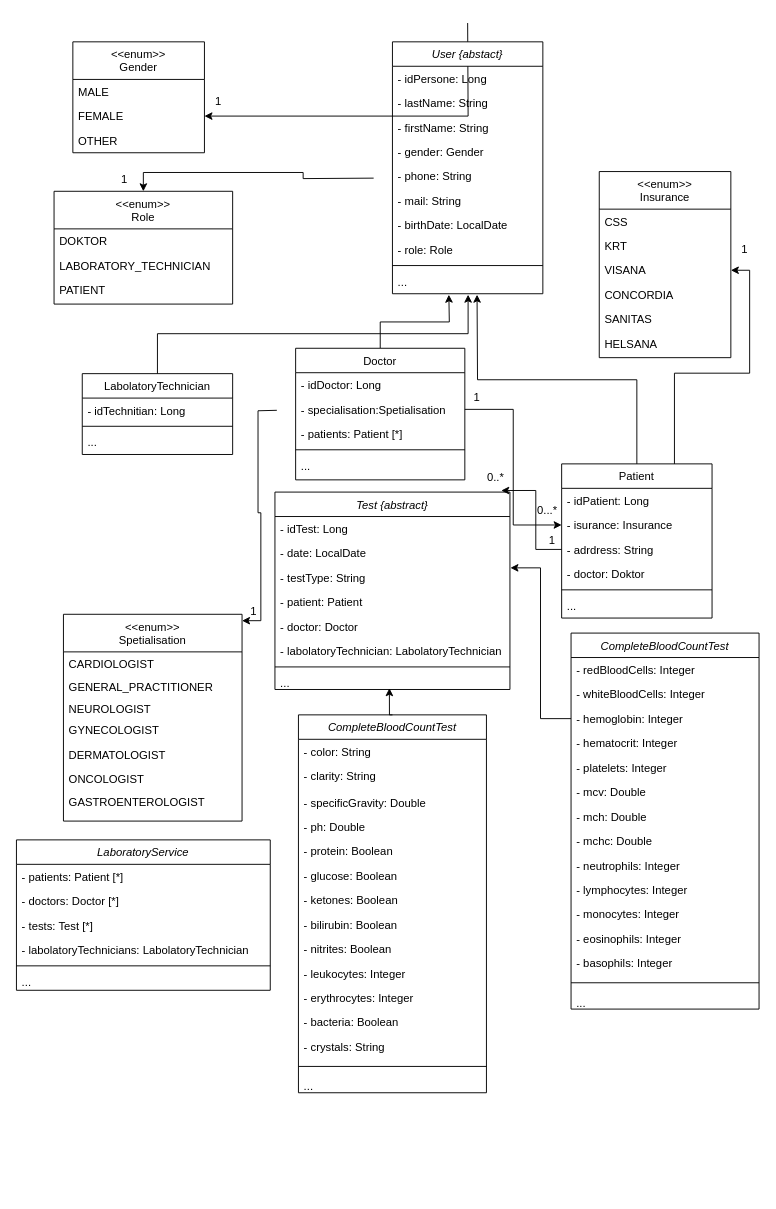
This is Unbenanntes Diagramm.drawio from Oksana-maker/AndroidMy, a draw.io file, before an edit. Source tidied: cells renumbered, new cells numbered last; positions are measured from the earlier drawing's top-left corner, leaving out a move shared by most shapes. Both pictures are drawn from the tidied source at 94%, with x=0, y=0 at pixel (16, 23).
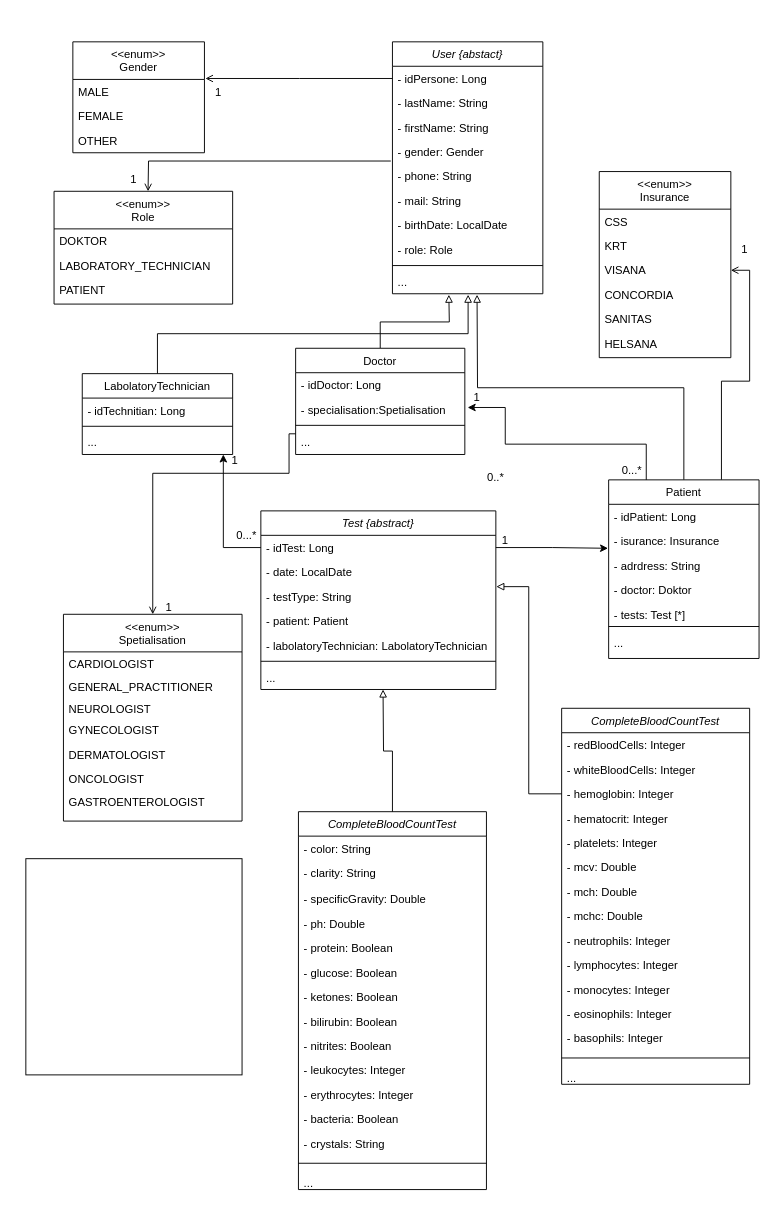
After the change.

The change refers to these unchanged cells:
```xml
<mxCell id="4" value="- idPersone: Long" style="text;align=left;verticalAlign=top;spacingLeft=4;spacingRight=4;overflow=hidden;points=[[0,0.5],[1,0.5]];portConstraint=eastwest;rounded=0;shadow=0;html=0;" parent="3" vertex="1">
  <mxGeometry y="26" width="160" height="26" as="geometry" />
</mxCell>
<mxCell id="7" value="- gender: Gender" style="text;align=left;verticalAlign=top;spacingLeft=4;spacingRight=4;overflow=hidden;points=[[0,0.5],[1,0.5]];portConstraint=eastwest;" parent="3" vertex="1">
  <mxGeometry y="104" width="160" height="26" as="geometry" />
</mxCell>
<mxCell id="13" value="..." style="text;align=left;verticalAlign=top;spacingLeft=4;spacingRight=4;overflow=hidden;points=[[0,0.5],[1,0.5]];portConstraint=eastwest;" parent="3" vertex="1">
  <mxGeometry y="242" width="160" height="26" as="geometry" />
</mxCell>
<mxCell id="16" value="FEMALE" style="text;align=left;verticalAlign=top;spacingLeft=4;spacingRight=4;overflow=hidden;points=[[0,0.5],[1,0.5]];portConstraint=eastwest;" parent="14" vertex="1">
  <mxGeometry y="66" width="140" height="26" as="geometry" />
</mxCell>
<mxCell id="18" value="LabolatoryTechnician" style="swimlane;fontStyle=0;align=center;verticalAlign=top;horizontal=1;startSize=26;rounded=0;shadow=0;strokeWidth=1;" parent="1" vertex="1">
  <mxGeometry x="70" y="373" width="160" height="86" as="geometry" />
</mxCell>
<mxCell id="21" value="..." style="text;align=left;verticalAlign=top;spacingLeft=4;spacingRight=4;overflow=hidden;points=[[0,0.5],[1,0.5]];portConstraint=eastwest;" parent="18" vertex="1">
  <mxGeometry y="60" width="160" height="26" as="geometry" />
</mxCell>
<mxCell id="29" value="- isurance: Insurance" style="text;align=left;verticalAlign=top;spacingLeft=4;spacingRight=4;overflow=hidden;points=[[0,0.5],[1,0.5]];portConstraint=eastwest;rounded=0;shadow=0;html=0;" parent="27" vertex="1">
  <mxGeometry y="52" width="160" height="26" as="geometry" />
</mxCell>
<mxCell id="30" value="- adrdress: String" style="text;align=left;verticalAlign=top;spacingLeft=4;spacingRight=4;overflow=hidden;points=[[0,0.5],[1,0.5]];portConstraint=eastwest;" parent="27" vertex="1">
  <mxGeometry y="78" width="160" height="26" as="geometry" />
</mxCell>
<mxCell id="37" value="VISANA" style="text;align=left;verticalAlign=top;spacingLeft=4;spacingRight=4;overflow=hidden;points=[[0,0.5],[1,0.5]];portConstraint=eastwest;" parent="34" vertex="1">
  <mxGeometry y="92" width="140" height="26" as="geometry" />
</mxCell>
<mxCell id="44" value="- specialisation:Spetialisation" style="text;align=left;verticalAlign=top;spacingLeft=4;spacingRight=4;overflow=hidden;points=[[0,0.5],[1,0.5]];portConstraint=eastwest;rounded=0;shadow=0;html=0;" parent="42" vertex="1">
  <mxGeometry y="52" width="180" height="26" as="geometry" />
</mxCell>
<mxCell id="48" value="&lt;&lt;enum&gt;&gt;&#10;Role" style="swimlane;fontStyle=0;align=center;verticalAlign=top;horizontal=1;startSize=40;rounded=0;shadow=0;strokeWidth=1;" parent="1" vertex="1">
  <mxGeometry x="40" y="179" width="190" height="120" as="geometry" />
</mxCell>
<mxCell id="52" value="&lt;&lt;enum&gt;&gt;&#10;Spetialisation" style="swimlane;fontStyle=0;align=center;verticalAlign=top;horizontal=1;startSize=40;rounded=0;shadow=0;strokeWidth=1;" parent="1" vertex="1">
  <mxGeometry x="50" y="629" width="190" height="220" as="geometry" />
</mxCell>
<mxCell id="62" value="- idTest: Long" style="text;align=left;verticalAlign=top;spacingLeft=4;spacingRight=4;overflow=hidden;points=[[0,0.5],[1,0.5]];portConstraint=eastwest;rounded=0;shadow=0;html=0;" parent="61" vertex="1">
  <mxGeometry y="26" width="250" height="26" as="geometry" />
</mxCell>
<mxCell id="64" value="- testType: String" style="text;align=left;verticalAlign=top;spacingLeft=4;spacingRight=4;overflow=hidden;points=[[0,0.5],[1,0.5]];portConstraint=eastwest;rounded=0;shadow=0;html=0;" parent="61" vertex="1">
  <mxGeometry y="78" width="250" height="26" as="geometry" />
</mxCell>
<mxCell id="73" value="- hemoglobin: Integer" style="text;align=left;verticalAlign=top;spacingLeft=4;spacingRight=4;overflow=hidden;points=[[0,0.5],[1,0.5]];portConstraint=eastwest;rounded=0;shadow=0;html=0;" parent="70" vertex="1">
  <mxGeometry y="78" width="200" height="26" as="geometry" />
</mxCell>
<mxCell id="92" value="1" style="text;html=1;align=center;verticalAlign=middle;whiteSpace=wrap;rounded=0;" parent="1" vertex="1">
  <mxGeometry x="480" y="389" width="20" height="20" as="geometry" />
</mxCell>
```

Diff of the diagram source:
```diff
@@
-    <mxCell id="2" style="edgeStyle=orthogonalEdgeStyle;rounded=0;jettySize=auto;html=1;exitX=0.5;exitY=0;exitDx=0;exitDy=0;entryX=1;entryY=0.5;entryDx=0;entryDy=0;" parent="1" edge="1" target="16">
-      <mxGeometry relative="1" as="geometry">
-        <mxPoint x="480" as="sourcePoint" />
-      </mxGeometry>
-    </mxCell>
@@
     <mxCell id="22" value="1" style="text;html=1;align=center;verticalAlign=middle;whiteSpace=wrap;rounded=0;" parent="1" vertex="1">
-      <mxGeometry x="100" y="158" width="30" height="17" as="geometry" />
+      <mxGeometry x="110" y="158" width="30" height="17" as="geometry" />
     </mxCell>
     <mxCell id="23" value="1" style="text;html=1;align=center;verticalAlign=middle;whiteSpace=wrap;rounded=0;" parent="1" vertex="1">
-      <mxGeometry x="200" y="69" width="30" height="30" as="geometry" />
+      <mxGeometry x="200" y="59" width="30" height="30" as="geometry" />
     </mxCell>
-    <mxCell id="24" style="edgeStyle=orthogonalEdgeStyle;rounded=0;jettySize=auto;html=1;exitX=0.5;exitY=0;exitDx=0;exitDy=0;entryX=0.503;entryY=1.038;entryDx=0;entryDy=0;entryPerimeter=0;" parent="1" edge="1" source="18" target="13">
+    <mxCell id="24" style="edgeStyle=orthogonalEdgeStyle;rounded=0;jettySize=auto;html=1;exitX=0.5;exitY=0;exitDx=0;exitDy=0;entryX=0.503;entryY=1.038;entryDx=0;entryDy=0;entryPerimeter=0;endArrow=block;endFill=0;" parent="1" edge="1" source="18" target="13">
       <mxGeometry relative="1" as="geometry" />
     </mxCell>
-    <mxCell id="25" style="edgeStyle=orthogonalEdgeStyle;rounded=0;jettySize=auto;html=1;exitX=0.5;exitY=0;exitDx=0;exitDy=0;" parent="1" edge="1" source="27">
+    <mxCell id="25" style="edgeStyle=orthogonalEdgeStyle;rounded=0;jettySize=auto;html=1;exitX=0.5;exitY=0;exitDx=0;exitDy=0;endArrow=block;endFill=0;" parent="1" edge="1" source="27">
       <mxGeometry relative="1" as="geometry">
         <mxPoint x="490" y="289" as="targetPoint" />
       </mxGeometry>
     </mxCell>
-    <mxCell id="26" style="edgeStyle=orthogonalEdgeStyle;rounded=0;jettySize=auto;html=1;exitX=0.75;exitY=0;exitDx=0;exitDy=0;entryX=1;entryY=0.5;entryDx=0;entryDy=0;" parent="1" edge="1" source="27" target="37">
+    <mxCell id="26" style="edgeStyle=orthogonalEdgeStyle;rounded=0;jettySize=auto;html=1;exitX=0.75;exitY=0;exitDx=0;exitDy=0;entryX=1;entryY=0.5;entryDx=0;entryDy=0;endArrow=open;endFill=0;" parent="1" edge="1" source="27" target="37">
       <mxGeometry relative="1" as="geometry" />
     </mxCell>
     <mxCell id="27" value="Patient" style="swimlane;fontStyle=0;align=center;verticalAlign=top;horizontal=1;startSize=26;rounded=0;shadow=0;strokeWidth=1;" parent="1" vertex="1">
-      <mxGeometry x="580" y="469" width="160" height="164" as="geometry" />
+      <mxGeometry x="630" y="486" width="160" height="190" as="geometry" />
     </mxCell>
@@
+    <mxCell id="33" value="- tests: Test [*]" style="text;align=left;verticalAlign=top;spacingLeft=4;spacingRight=4;overflow=hidden;" parent="27" vertex="1">
+      <mxGeometry y="130" width="160" height="22" as="geometry" />
+    </mxCell>
     <mxCell id="32" style="line;html=1;strokeWidth=1;align=left;verticalAlign=middle;spacingTop=-1;spacingLeft=3;spacingRight=3;labelPosition=right;" parent="27" vertex="1">
-      <mxGeometry y="130" width="160" height="8" as="geometry" />
+      <mxGeometry y="152" width="160" height="8" as="geometry" />
     </mxCell>
-    <mxCell id="33" value="..." style="text;align=left;verticalAlign=top;spacingLeft=4;spacingRight=4;overflow=hidden;" parent="27" vertex="1">
-      <mxGeometry y="138" width="160" height="22" as="geometry" />
-    </mxCell>
+    <mxCell id="119" value="..." style="text;align=left;verticalAlign=top;spacingLeft=4;spacingRight=4;overflow=hidden;" parent="27" vertex="1">
+      <mxGeometry y="160" width="160" height="22" as="geometry" />
+    </mxCell>
@@
-    <mxCell id="41" style="edgeStyle=orthogonalEdgeStyle;rounded=0;jettySize=auto;html=1;exitX=0.5;exitY=0;exitDx=0;exitDy=0;" parent="1" edge="1" source="42">
+    <mxCell id="41" style="edgeStyle=orthogonalEdgeStyle;rounded=0;jettySize=auto;html=1;exitX=0.5;exitY=0;exitDx=0;exitDy=0;endArrow=block;endFill=0;" parent="1" edge="1" source="42">
       <mxGeometry relative="1" as="geometry">
         <mxPoint x="460" y="289" as="targetPoint" />
       </mxGeometry>
     </mxCell>
     <mxCell id="42" value="Doctor" style="swimlane;fontStyle=0;align=center;verticalAlign=top;horizontal=1;startSize=26;rounded=0;shadow=0;strokeWidth=1;" parent="1" vertex="1">
-      <mxGeometry x="297" y="346" width="180" height="140" as="geometry" />
+      <mxGeometry x="297" y="346" width="180" height="113" as="geometry" />
     </mxCell>
@@
-    <mxCell id="45" value="- patients: Patient [*]" style="text;align=left;verticalAlign=top;spacingLeft=4;spacingRight=4;overflow=hidden;" parent="42" vertex="1">
-      <mxGeometry y="78" width="180" height="26" as="geometry" />
-    </mxCell>
     <mxCell id="46" style="line;html=1;strokeWidth=1;align=left;verticalAlign=middle;spacingTop=-1;spacingLeft=3;spacingRight=3;labelPosition=right;" parent="42" vertex="1">
-      <mxGeometry y="104" width="180" height="8" as="geometry" />
+      <mxGeometry y="78" width="180" height="8" as="geometry" />
     </mxCell>
     <mxCell id="47" value="..." style="text;align=left;verticalAlign=top;spacingLeft=4;spacingRight=4;overflow=hidden;" parent="42" vertex="1">
-      <mxGeometry y="112" width="180" height="26" as="geometry" />
+      <mxGeometry y="86" width="180" height="26" as="geometry" />
     </mxCell>
@@
-    <mxCell id="60" style="edgeStyle=orthogonalEdgeStyle;rounded=0;jettySize=auto;html=1;exitX=0;exitY=0.5;exitDx=0;exitDy=0;entryX=1;entryY=0.031;entryDx=0;entryDy=0;entryPerimeter=0;" parent="1" edge="1" target="52">
-      <mxGeometry relative="1" as="geometry">
-        <mxPoint x="277" y="412" as="sourcePoint" />
-      </mxGeometry>
-    </mxCell>
     <mxCell id="61" value="Test {abstract}" style="swimlane;fontStyle=2;align=center;verticalAlign=top;horizontal=1;startSize=26;rounded=0;shadow=0;strokeWidth=1;strokeColor=#000000;" parent="1" vertex="1">
-      <mxGeometry x="275" y="499" width="250" height="210" as="geometry" />
+      <mxGeometry x="260" y="519" width="250" height="190" as="geometry" />
     </mxCell>
@@
-    <mxCell id="66" value="- doctor: Doctor" style="text;align=left;verticalAlign=top;spacingLeft=4;spacingRight=4;overflow=hidden;" parent="61" vertex="1">
-      <mxGeometry y="130" width="250" height="26" as="geometry" />
-    </mxCell>
     <mxCell id="67" value="- labolatoryTechnician: LabolatoryTechnician" style="text;align=left;verticalAlign=top;spacingLeft=4;spacingRight=4;overflow=hidden;" parent="61" vertex="1">
-      <mxGeometry y="156" width="250" height="26" as="geometry" />
+      <mxGeometry y="130" width="250" height="26" as="geometry" />
     </mxCell>
     <mxCell id="68" style="line;html=1;strokeWidth=1;align=left;verticalAlign=middle;spacingTop=-1;spacingLeft=3;spacingRight=3;labelPosition=right;" parent="61" vertex="1">
-      <mxGeometry y="182" width="250" height="8" as="geometry" />
+      <mxGeometry y="156" width="250" height="8" as="geometry" />
     </mxCell>
     <mxCell id="69" value="..." style="text;align=left;verticalAlign=top;spacingLeft=4;spacingRight=4;overflow=hidden;points=[[0,0.5],[1,0.5]];portConstraint=eastwest;" parent="61" vertex="1">
-      <mxGeometry y="190" width="250" height="20" as="geometry" />
+      <mxGeometry y="164" width="250" height="20" as="geometry" />
     </mxCell>
     <mxCell id="70" value="CompleteBloodCountTest" style="swimlane;fontStyle=2;align=center;verticalAlign=top;horizontal=1;startSize=26;rounded=0;shadow=0;strokeWidth=1;strokeColor=#000000;" parent="1" vertex="1">
-      <mxGeometry x="590" y="649" width="200" height="400" as="geometry" />
+      <mxGeometry x="580" y="729" width="200" height="400" as="geometry" />
     </mxCell>
@@
-    <mxCell id="86" style="edgeStyle=orthogonalEdgeStyle;rounded=0;jettySize=auto;html=1;exitX=0;exitY=0.5;exitDx=0;exitDy=0;entryX=0.963;entryY=-0.008;entryDx=0;entryDy=0;entryPerimeter=0;" parent="1" edge="1" source="30" target="61">
-      <mxGeometry relative="1" as="geometry" />
-    </mxCell>
     <mxCell id="87" value="1" style="text;html=1;align=center;verticalAlign=middle;whiteSpace=wrap;rounded=0;" parent="1" vertex="1">
-      <mxGeometry x="240" y="619" width="25" height="14" as="geometry" />
+      <mxGeometry x="150" y="615" width="25" height="14" as="geometry" />
     </mxCell>
     <mxCell id="88" value="1" style="text;html=1;align=center;verticalAlign=middle;whiteSpace=wrap;rounded=0;" parent="1" vertex="1">
-      <mxGeometry x="560" y="542.5" width="20" height="17" as="geometry" />
+      <mxGeometry x="510" y="542.5" width="20" height="17" as="geometry" />
     </mxCell>
@@
-    <mxCell id="91" style="edgeStyle=orthogonalEdgeStyle;rounded=0;jettySize=auto;html=1;exitX=1;exitY=0.5;exitDx=0;exitDy=0;entryX=0;entryY=0.5;entryDx=0;entryDy=0;" parent="1" edge="1" source="44" target="29">
-      <mxGeometry relative="1" as="geometry" />
-    </mxCell>
@@
     <mxCell id="93" value="0...*" style="text;html=1;align=center;verticalAlign=middle;whiteSpace=wrap;rounded=0;" parent="1" vertex="1">
-      <mxGeometry x="550" y="509" width="30" height="20" as="geometry" />
+      <mxGeometry x="640" y="466" width="30" height="20" as="geometry" />
     </mxCell>
-    <mxCell id="94" style="edgeStyle=orthogonalEdgeStyle;rounded=0;jettySize=auto;html=1;exitX=0;exitY=0.5;exitDx=0;exitDy=0;entryX=1.002;entryY=0.1;entryDx=0;entryDy=0;entryPerimeter=0;" parent="1" edge="1" source="73" target="64">
+    <mxCell id="94" style="edgeStyle=orthogonalEdgeStyle;rounded=0;jettySize=auto;html=1;exitX=0;exitY=0.5;exitDx=0;exitDy=0;entryX=1.002;entryY=0.1;entryDx=0;entryDy=0;entryPerimeter=0;endArrow=block;endFill=0;" parent="1" edge="1" source="73" target="64">
       <mxGeometry relative="1" as="geometry" />
     </mxCell>
     <mxCell id="95" value="CompleteBloodCountTest" style="swimlane;fontStyle=2;align=center;verticalAlign=top;horizontal=1;startSize=26;rounded=0;shadow=0;strokeWidth=1;strokeColor=#000000;" parent="1" vertex="1">
-      <mxGeometry x="300" y="736" width="200" height="402" as="geometry" />
+      <mxGeometry x="300" y="839" width="200" height="402" as="geometry" />
     </mxCell>
@@
-    <mxCell id="111" style="edgeStyle=orthogonalEdgeStyle;rounded=0;jettySize=auto;html=1;exitX=0;exitY=0.5;exitDx=0;exitDy=0;" parent="1" edge="1" target="48">
-      <mxGeometry relative="1" as="geometry">
-        <mxPoint x="380" y="165" as="sourcePoint" />
-      </mxGeometry>
-    </mxCell>
-    <mxCell id="112" style="edgeStyle=orthogonalEdgeStyle;rounded=0;jettySize=auto;html=1;exitX=0.5;exitY=0;exitDx=0;exitDy=0;entryX=0.487;entryY=0.93;entryDx=0;entryDy=0;entryPerimeter=0;" parent="1" edge="1" source="95" target="69">
-      <mxGeometry relative="1" as="geometry" />
+    <mxCell id="112" style="edgeStyle=orthogonalEdgeStyle;rounded=0;jettySize=auto;html=1;exitX=0.5;exitY=0;exitDx=0;exitDy=0;endArrow=block;endFill=0;" parent="1" edge="1" source="95">
+      <mxGeometry relative="1" as="geometry">
+        <mxPoint x="390" y="709" as="targetPoint" />
+      </mxGeometry>
     </mxCell>
-    <mxCell id="113" value="LaboratoryService" style="swimlane;fontStyle=2;align=center;verticalAlign=top;horizontal=1;startSize=26;rounded=0;shadow=0;strokeWidth=1;strokeColor=#000000;" parent="1" vertex="1">
-      <mxGeometry y="869" width="270" height="160" as="geometry" />
-    </mxCell>
-    <mxCell id="114" value="- patients: Patient [*]" style="text;align=left;verticalAlign=top;spacingLeft=4;spacingRight=4;overflow=hidden;rounded=0;shadow=0;html=0;" parent="113" vertex="1">
-      <mxGeometry y="26" width="270" height="26" as="geometry" />
-    </mxCell>
-    <mxCell id="115" value="- doctors: Doctor [*]" style="text;align=left;verticalAlign=top;spacingLeft=4;spacingRight=4;overflow=hidden;" parent="113" vertex="1">
-      <mxGeometry y="52" width="270" height="26" as="geometry" />
-    </mxCell>
-    <mxCell id="116" value="- tests: Test [*]" style="text;align=left;verticalAlign=top;spacingLeft=4;spacingRight=4;overflow=hidden;rounded=0;shadow=0;html=0;" parent="113" vertex="1">
-      <mxGeometry y="78" width="270" height="26" as="geometry" />
-    </mxCell>
-    <mxCell id="117" value="- labolatoryTechnicians: LabolatoryTechnician" style="text;align=left;verticalAlign=top;spacingLeft=4;spacingRight=4;overflow=hidden;" parent="113" vertex="1">
-      <mxGeometry y="104" width="270" height="26" as="geometry" />
-    </mxCell>
-    <mxCell id="118" style="line;html=1;strokeWidth=1;align=left;verticalAlign=middle;spacingTop=-1;spacingLeft=3;spacingRight=3;labelPosition=right;" parent="113" vertex="1">
-      <mxGeometry y="130" width="270" height="8" as="geometry" />
-    </mxCell>
-    <mxCell id="119" value="..." style="text;align=left;verticalAlign=top;spacingLeft=4;spacingRight=4;overflow=hidden;" parent="113" vertex="1">
-      <mxGeometry y="138" width="270" height="20" as="geometry" />
-    </mxCell>
+    <mxCell id="120" style="edgeStyle=orthogonalEdgeStyle;rounded=0;jettySize=auto;html=1;endArrow=open;endFill=0;" parent="1" edge="1" source="4">
+      <mxGeometry relative="1" as="geometry">
+        <mxPoint x="201" y="59" as="targetPoint" />
+      </mxGeometry>
+    </mxCell>
+    <mxCell id="121" style="edgeStyle=orthogonalEdgeStyle;rounded=0;jettySize=auto;html=1;endArrow=open;endFill=0;exitX=-0.011;exitY=0.877;exitDx=0;exitDy=0;exitPerimeter=0;" parent="1" edge="1" source="7">
+      <mxGeometry relative="1" as="geometry">
+        <mxPoint x="140" y="179" as="targetPoint" />
+      </mxGeometry>
+    </mxCell>
+    <mxCell id="122" style="edgeStyle=orthogonalEdgeStyle;rounded=0;jettySize=auto;html=1;endArrow=open;endFill=0;entryX=0.5;entryY=0;entryDx=0;entryDy=0;exitX=0;exitY=0.5;exitDx=0;exitDy=0;" parent="1" edge="1" target="52">
+      <mxGeometry relative="1" as="geometry">
+        <mxPoint x="297" y="437" as="sourcePoint" />
+        <Array as="points">
+          <mxPoint x="290" y="437" />
+          <mxPoint x="290" y="479" />
+          <mxPoint x="145" y="479" />
+        </Array>
+      </mxGeometry>
+    </mxCell>
+    <mxCell id="123" style="whiteSpace=wrap;html=1;" parent="1" vertex="1">
+      <mxGeometry x="10" y="889" width="230" height="230" as="geometry" />
+    </mxCell>
+    <mxCell id="124" style="edgeStyle=orthogonalEdgeStyle;rounded=0;jettySize=auto;html=1;exitX=0.25;exitY=0;exitDx=0;exitDy=0;entryX=0;entryY=1;entryDx=0;entryDy=0;" parent="1" edge="1" source="27" target="92">
+      <mxGeometry relative="1" as="geometry">
+        <Array as="points">
+          <mxPoint x="670" y="448" />
+          <mxPoint x="520" y="448" />
+          <mxPoint x="520" y="409" />
+        </Array>
+      </mxGeometry>
+    </mxCell>
+    <mxCell id="125" style="edgeStyle=orthogonalEdgeStyle;rounded=0;jettySize=auto;html=1;exitX=0;exitY=0.5;exitDx=0;exitDy=0;entryX=0.938;entryY=1;entryDx=0;entryDy=0;entryPerimeter=0;" parent="1" edge="1" source="62" target="21">
+      <mxGeometry relative="1" as="geometry" />
+    </mxCell>
+    <mxCell id="126" value="1" style="text;html=1;align=center;verticalAlign=middle;whiteSpace=wrap;rounded=0;" parent="1" vertex="1">
+      <mxGeometry x="220" y="459" width="25" height="14" as="geometry" />
+    </mxCell>
+    <mxCell id="127" value="0...*" style="text;html=1;align=center;verticalAlign=middle;whiteSpace=wrap;rounded=0;" parent="1" vertex="1">
+      <mxGeometry x="230" y="529.5" width="30" height="30" as="geometry" />
+    </mxCell>
+    <mxCell id="128" style="edgeStyle=orthogonalEdgeStyle;rounded=0;jettySize=auto;html=1;exitX=1;exitY=0.5;exitDx=0;exitDy=0;entryX=-0.004;entryY=0.8;entryDx=0;entryDy=0;entryPerimeter=0;" parent="1" edge="1" source="62" target="29">
+      <mxGeometry relative="1" as="geometry" />
+    </mxCell>
```
